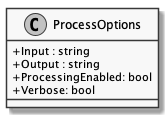
Earlier version of the PlantUML export documents/sd/resources/Classes/Core/CLI/ProcessOptions.png (insightmind/MORR).
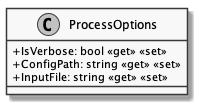
The same diagram one commit later.

The edit, as a diff of the source:
```diff
@@ -1,12 +1,9 @@
 @startuml ProcessOptions
 skinparam monochrome true
 skinparam classAttributeIconSize 0
-
 class ProcessOptions {
-    + Input : string
-    + Output : string
-    + ProcessingEnabled: bool
-    + Verbose: bool
+    + IsVerbose: bool <<get>> <<set>>
+    + ConfigPath: string <<get>> <<set>>
+    + InputFile: string <<get>> <<set>>
 }
-
 @enduml
```
